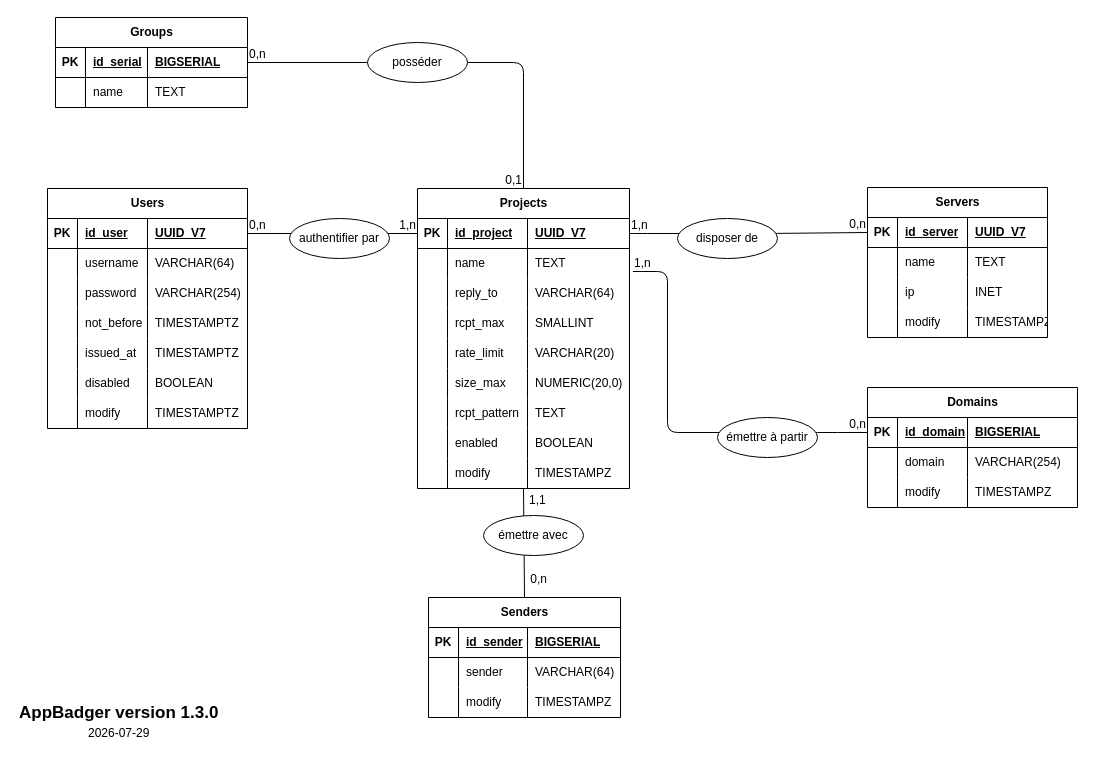
Above: Doc/mcd.drawio in matyas-cyril/appmail-badger (draw.io), before the change. Source tidied: cells renumbered, new cells numbered last; positions are measured from the earlier drawing's top-left corner, leaving out a move shared by most shapes. Both pictures are drawn from the tidied source at 100%, with x=0, y=0 at pixel (17, 17).
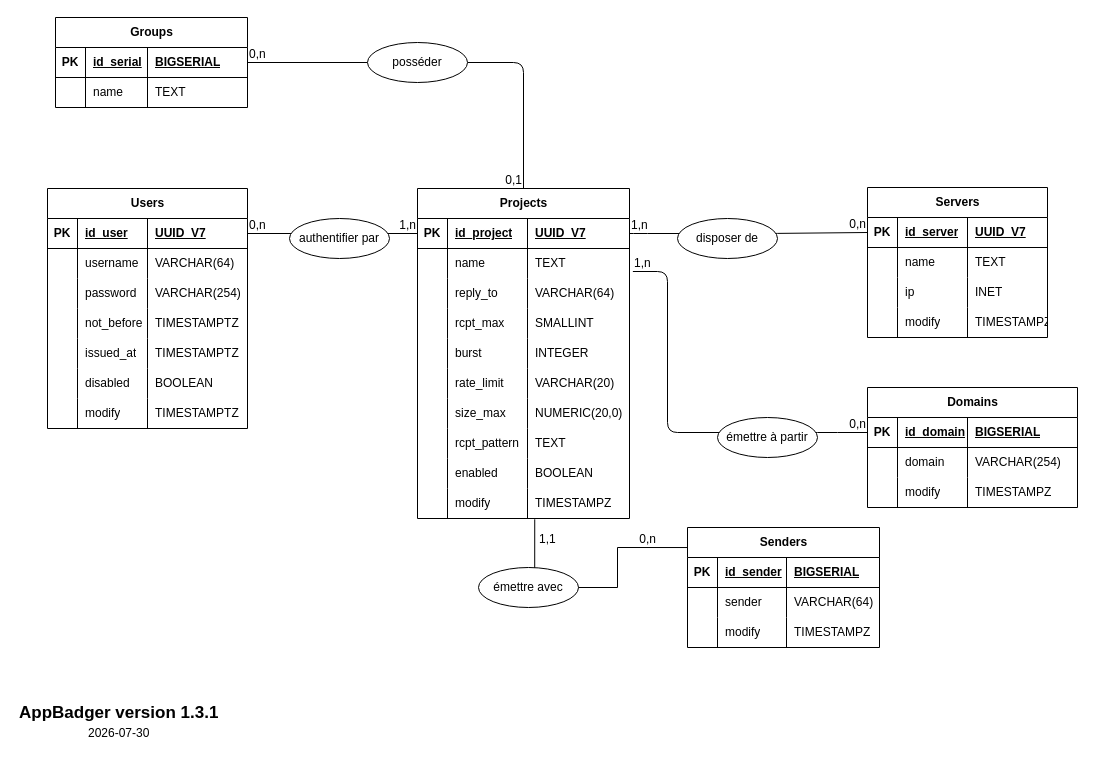
The same diagram, later.

Commit message (it also covers changes not shown here):
Prise en compte de burst dans les docs

The change refers to these unchanged cells:
```xml
<mxCell id="19" style="shape=tableRow;horizontal=0;startSize=0;swimlaneHead=0;swimlaneBody=0;fillColor=none;top=0;left=0;right=0;bottom=0;" parent="2" vertex="1">
  <mxGeometry y="150" width="212" height="30" as="geometry" />
</mxCell>
```

Change to the diagram source:
```diff
@@
     <mxCell id="2" value="Projects" style="shape=table;startSize=30;childLayout=tableLayout;rowLines=0;fontStyle=1;align=center;html=1;" parent="1" vertex="1">
-      <mxGeometry x="400" y="171" width="212" height="300" as="geometry" />
+      <mxGeometry x="400" y="171" width="212" height="330" as="geometry" />
     </mxCell>
@@
-    <mxCell id="21" value="rate_limit" style="shape=partialRectangle;fillColor=none;top=0;left=0;bottom=0;right=0;align=left;spacingLeft=6;overflow=hidden;whiteSpace=wrap;html=1;" parent="19" vertex="1">
+    <mxCell id="21" value="burst" style="shape=partialRectangle;fillColor=none;top=0;left=0;bottom=0;right=0;align=left;spacingLeft=6;overflow=hidden;whiteSpace=wrap;html=1;" parent="19" vertex="1">
       <mxGeometry x="30" width="80" height="30" as="geometry" />
     </mxCell>
-    <mxCell id="22" value="VARCHAR(20)" style="shape=partialRectangle;fillColor=none;top=0;left=0;bottom=0;right=0;align=left;spacingLeft=6;overflow=hidden;whiteSpace=wrap;html=1;" parent="19" vertex="1">
+    <mxCell id="22" value="INTEGER" style="shape=partialRectangle;fillColor=none;top=0;left=0;bottom=0;right=0;align=left;spacingLeft=6;overflow=hidden;whiteSpace=wrap;html=1;" parent="19" vertex="1">
       <mxGeometry x="110" width="102" height="30" as="geometry" />
     </mxCell>
+    <mxCell id="142" style="shape=tableRow;horizontal=0;startSize=0;swimlaneHead=0;swimlaneBody=0;fillColor=none;top=0;left=0;right=0;bottom=0;" parent="2" vertex="1">
+      <mxGeometry y="180" width="212" height="30" as="geometry" />
+    </mxCell>
+    <mxCell id="143" style="shape=partialRectangle;fillColor=none;top=0;left=0;bottom=0;right=0;overflow=hidden;whiteSpace=wrap;html=1;" parent="142" vertex="1">
+      <mxGeometry width="30" height="30" as="geometry" />
+    </mxCell>
+    <mxCell id="144" value="rate_limit" style="shape=partialRectangle;fillColor=none;top=0;left=0;bottom=0;right=0;align=left;spacingLeft=6;overflow=hidden;whiteSpace=wrap;html=1;" parent="142" vertex="1">
+      <mxGeometry x="30" width="80" height="30" as="geometry" />
+    </mxCell>
+    <mxCell id="145" value="VARCHAR(20)" style="shape=partialRectangle;fillColor=none;top=0;left=0;bottom=0;right=0;align=left;spacingLeft=6;overflow=hidden;whiteSpace=wrap;html=1;" parent="142" vertex="1">
+      <mxGeometry x="110" width="102" height="30" as="geometry" />
+    </mxCell>
     <mxCell id="23" style="shape=tableRow;horizontal=0;startSize=0;swimlaneHead=0;swimlaneBody=0;fillColor=none;top=0;left=0;right=0;bottom=0;" parent="2" vertex="1">
-      <mxGeometry y="180" width="212" height="30" as="geometry" />
+      <mxGeometry y="210" width="212" height="30" as="geometry" />
     </mxCell>
@@
     <mxCell id="27" style="shape=tableRow;horizontal=0;startSize=0;swimlaneHead=0;swimlaneBody=0;fillColor=none;top=0;left=0;right=0;bottom=0;" parent="2" vertex="1">
-      <mxGeometry y="210" width="212" height="30" as="geometry" />
+      <mxGeometry y="240" width="212" height="30" as="geometry" />
     </mxCell>
@@
     <mxCell id="31" style="shape=tableRow;horizontal=0;startSize=0;swimlaneHead=0;swimlaneBody=0;fillColor=none;top=0;left=0;right=0;bottom=0;" parent="2" vertex="1">
-      <mxGeometry y="240" width="212" height="30" as="geometry" />
+      <mxGeometry y="270" width="212" height="30" as="geometry" />
     </mxCell>
@@
     <mxCell id="35" style="shape=tableRow;horizontal=0;startSize=0;swimlaneHead=0;swimlaneBody=0;fillColor=none;points=[[0,0.5],[1,0.5]];portConstraint=eastwest;top=0;left=0;right=0;bottom=0;" parent="2" vertex="1">
-      <mxGeometry y="270" width="212" height="30" as="geometry" />
+      <mxGeometry y="300" width="212" height="30" as="geometry" />
     </mxCell>
@@
     <mxCell id="110" value="Senders" style="shape=table;startSize=30;childLayout=tableLayout;rowLines=0;fontStyle=1;align=center;html=1;" parent="1" vertex="1">
-      <mxGeometry x="411" y="580" width="192" height="120" as="geometry" />
+      <mxGeometry x="670" y="510" width="192" height="120" as="geometry" />
     </mxCell>
@@
-    <mxCell id="137" style="endArrow=none;html=1;rounded=0;exitX=0.5;exitY=1;exitDx=0;exitDy=0;entryX=0.5;entryY=0;entryDx=0;entryDy=0;" parent="1" edge="1" source="2" target="110">
-      <mxGeometry relative="1" as="geometry" />
+    <mxCell id="137" style="endArrow=none;html=1;rounded=0;exitX=0.553;exitY=1.026;exitDx=0;exitDy=0;entryX=0;entryY=0.167;entryDx=0;entryDy=0;entryPerimeter=0;exitPerimeter=0;" parent="1" edge="1" source="35" target="110">
+      <mxGeometry relative="1" as="geometry">
+        <Array as="points">
+          <mxPoint x="517.2" y="570" />
+          <mxPoint x="600" y="570" />
+          <mxPoint x="600" y="530" />
+        </Array>
+      </mxGeometry>
     </mxCell>
     <mxCell id="138" value="1,1" style="html=1;whiteSpace=wrap;align=left;verticalAlign=bottom;" parent="137" vertex="1">
       <mxGeometry x="-1" relative="1" as="geometry">
-        <mxPoint x="4" y="20" as="offset" />
+        <mxPoint x="3" y="28" as="offset" />
       </mxGeometry>
     </mxCell>
     <mxCell id="139" value="0,n" style="html=1;whiteSpace=wrap;align=right;verticalAlign=bottom;" parent="137" vertex="1">
       <mxGeometry x="1" relative="1" as="geometry">
-        <mxPoint x="24" y="-10" as="offset" />
+        <mxPoint x="-30" as="offset" />
       </mxGeometry>
     </mxCell>
     <mxCell id="140" value="émettre avec" style="ellipse;whiteSpace=wrap;html=1;align=center;" parent="1" vertex="1">
-      <mxGeometry x="466" y="498" width="100" height="40" as="geometry" />
+      <mxGeometry x="461" y="550" width="100" height="40" as="geometry" />
     </mxCell>
-    <mxCell id="141" value="&lt;div style=&quot;line-height: 80%;&quot;&gt;&lt;div align=&quot;left&quot;&gt;&lt;b&gt;&lt;font style=&quot;font-size: 17px; line-height: 80%;&quot;&gt;AppBadger version 1.3.0&lt;/font&gt;&lt;/b&gt;&lt;/div&gt;&lt;div&gt;&lt;br&gt;&lt;/div&gt;&lt;div align=&quot;center&quot;&gt;2026-07-29&lt;/div&gt;&lt;/div&gt;" style="text;html=1;whiteSpace=wrap;strokeColor=none;fillColor=none;align=left;verticalAlign=middle;rounded=0;" parent="1" vertex="1">
+    <mxCell id="141" value="&lt;div style=&quot;line-height: 80%;&quot;&gt;&lt;div align=&quot;left&quot;&gt;&lt;b&gt;&lt;font style=&quot;font-size: 17px; line-height: 80%;&quot;&gt;AppBadger version 1.3.1&lt;/font&gt;&lt;/b&gt;&lt;/div&gt;&lt;div&gt;&lt;br&gt;&lt;/div&gt;&lt;div align=&quot;center&quot;&gt;2026-07-30&lt;/div&gt;&lt;/div&gt;" style="text;html=1;whiteSpace=wrap;strokeColor=none;fillColor=none;align=left;verticalAlign=middle;rounded=0;" parent="1" vertex="1">
       <mxGeometry y="680" width="210" height="50" as="geometry" />
     </mxCell>
```
